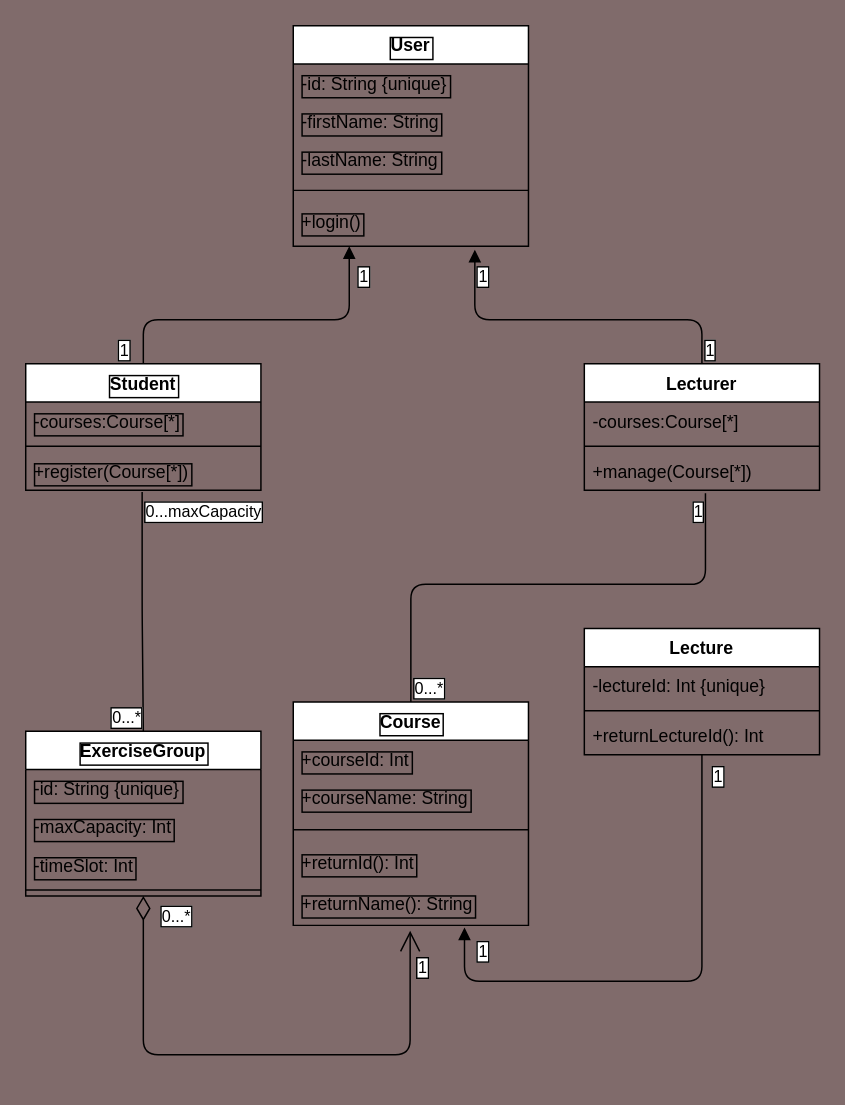
Earlier version of the draw.io diagram HW3/ex1.drawio (PhilippBoehmer/swt-ws24-25). Source tidied: cells renumbered, new cells numbered last; positions are measured from the earlier drawing's top-left corner, leaving out a move shared by most shapes. Both pictures are drawn from the tidied source at 147%, with x=0, y=0 at pixel (25, 25).
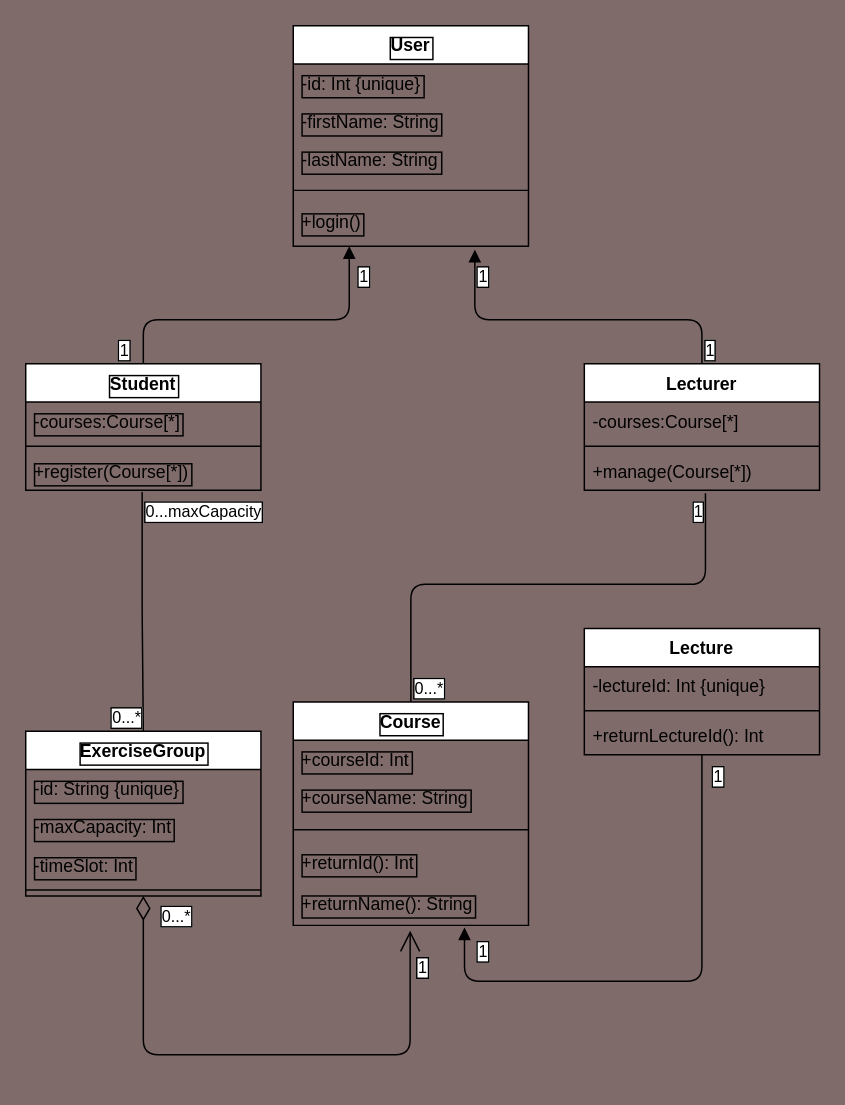
Above is the later version.

Unchanged cells that the change refers to:
```xml
<mxCell id="2" value="User" style="swimlane;fontStyle=1;align=center;verticalAlign=top;horizontal=1;startSize=26;fontColor=#000000;labelBorderColor=#000000;" parent="1" vertex="1">
  <mxGeometry x="182" width="160" height="150" as="geometry" />
</mxCell>
```

What changed in the source:
```diff
@@
-    <mxCell id="3" value="-id: String {unique}&#10;" style="text;strokeColor=none;fillColor=none;align=left;verticalAlign=top;spacingLeft=4;spacingRight=4;overflow=hidden;fontColor=#000000;labelBorderColor=#000000;" parent="2" vertex="1">
+    <mxCell id="3" value="-id: Int {unique}&#10;" style="text;strokeColor=none;fillColor=none;align=left;verticalAlign=top;spacingLeft=4;spacingRight=4;overflow=hidden;fontColor=#000000;labelBorderColor=#000000;" parent="2" vertex="1">
       <mxGeometry y="26" width="160" height="26" as="geometry" />
     </mxCell>
```
